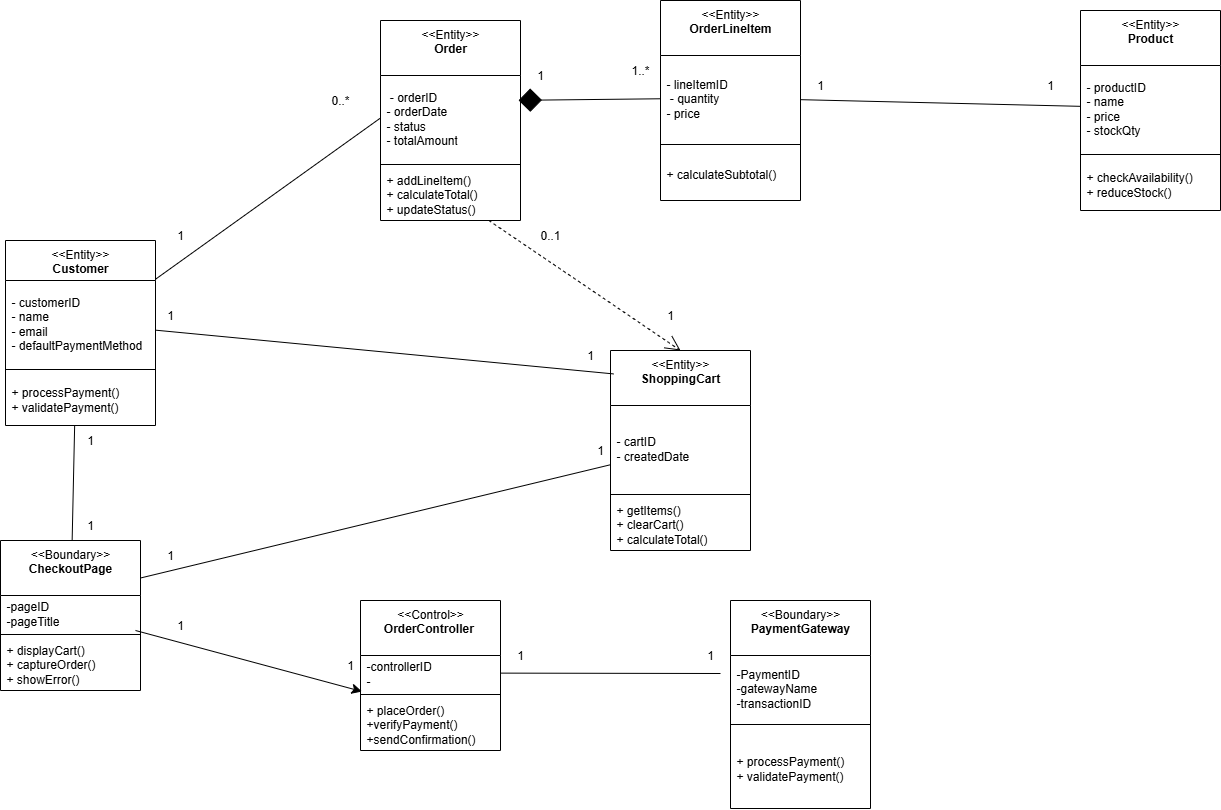
This is ClassdiagramofPlatform.drawio.png from VeliTsabedze/Class-Diagrams, a draw.io export, as it was before one commit. Source tidied: cells renumbered, new cells last; positions are measured from the earlier drawing's top-left corner, leaving out a move shared by most shapes.
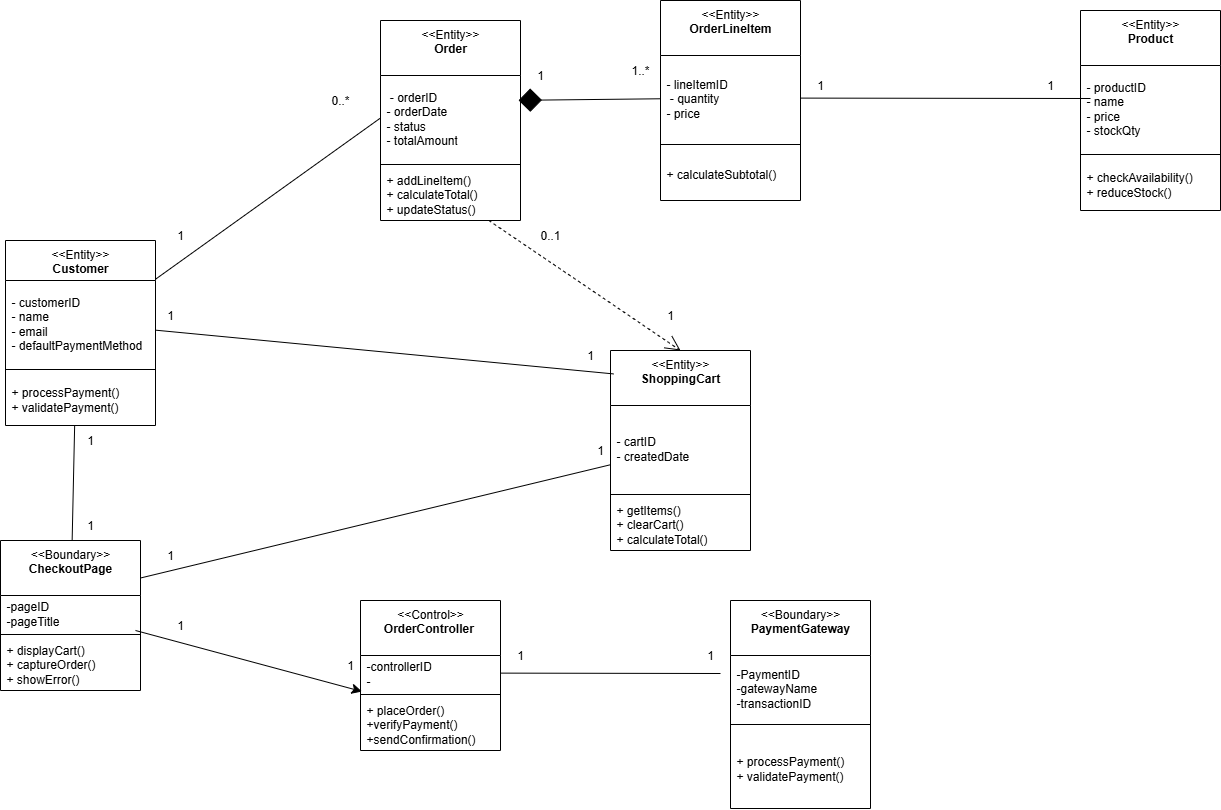
The same file after the commit.

What changed in the source:
```diff
@@ -160,8 +160,10 @@
     <mxCell id="53" value="1" style="text;html=1;align=center;verticalAlign=middle;whiteSpace=wrap;rounded=0;" parent="1" vertex="1">
       <mxGeometry x="680" y="640" width="60" height="30" as="geometry" />
     </mxCell>
-    <mxCell id="54" style="edgeStyle=none;curved=1;rounded=0;jettySize=auto;html=1;fontSize=12;startSize=8;endSize=22;endArrow=none;endFill=0;" parent="1" edge="1" source="32" target="24">
-      <mxGeometry relative="1" as="geometry" />
+    <mxCell id="54" style="edgeStyle=none;curved=1;rounded=0;jettySize=auto;html=1;fontSize=12;startSize=8;endSize=22;endArrow=none;endFill=0;" parent="1" edge="1" target="24">
+      <mxGeometry relative="1" as="geometry">
+        <mxPoint x="1090" y="98" as="sourcePoint" />
+      </mxGeometry>
     </mxCell>
     <mxCell id="55" value="1" style="text;html=1;align=center;verticalAlign=middle;whiteSpace=wrap;rounded=0;" parent="1" vertex="1">
       <mxGeometry x="640" y="300" width="60" height="30" as="geometry" />
```
